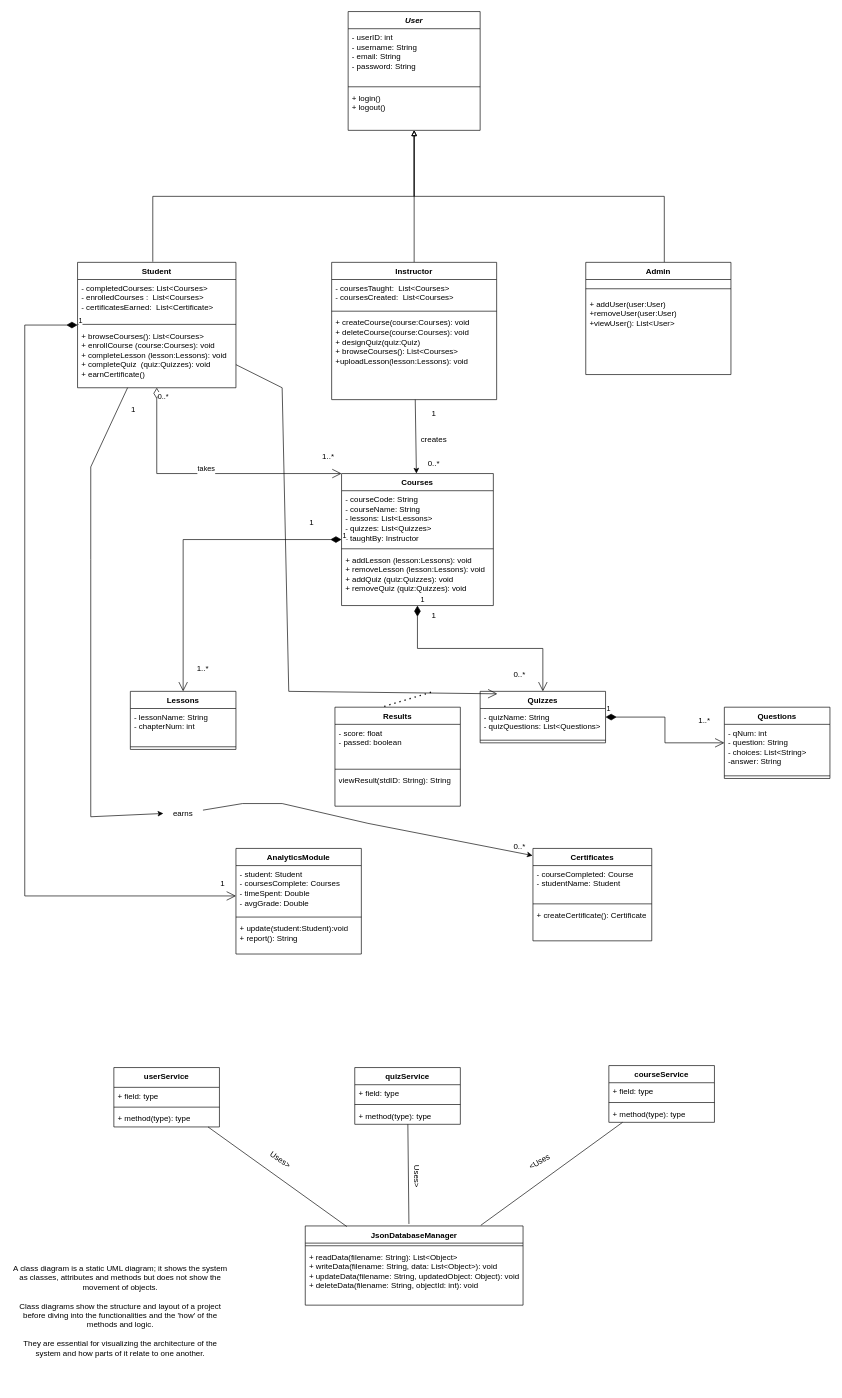
The draw.io diagram Class_Diagram/Untitled Diagram.drawio in 23010477/Lab6_SkillForge, before the edit. Source tidied: cells renumbered, new cells numbered last; positions are measured from the earlier drawing's top-left corner, leaving out a move shared by most shapes. Both pictures are drawn from the tidied source at 66%, with x=0, y=0 at pixel (11, 11).
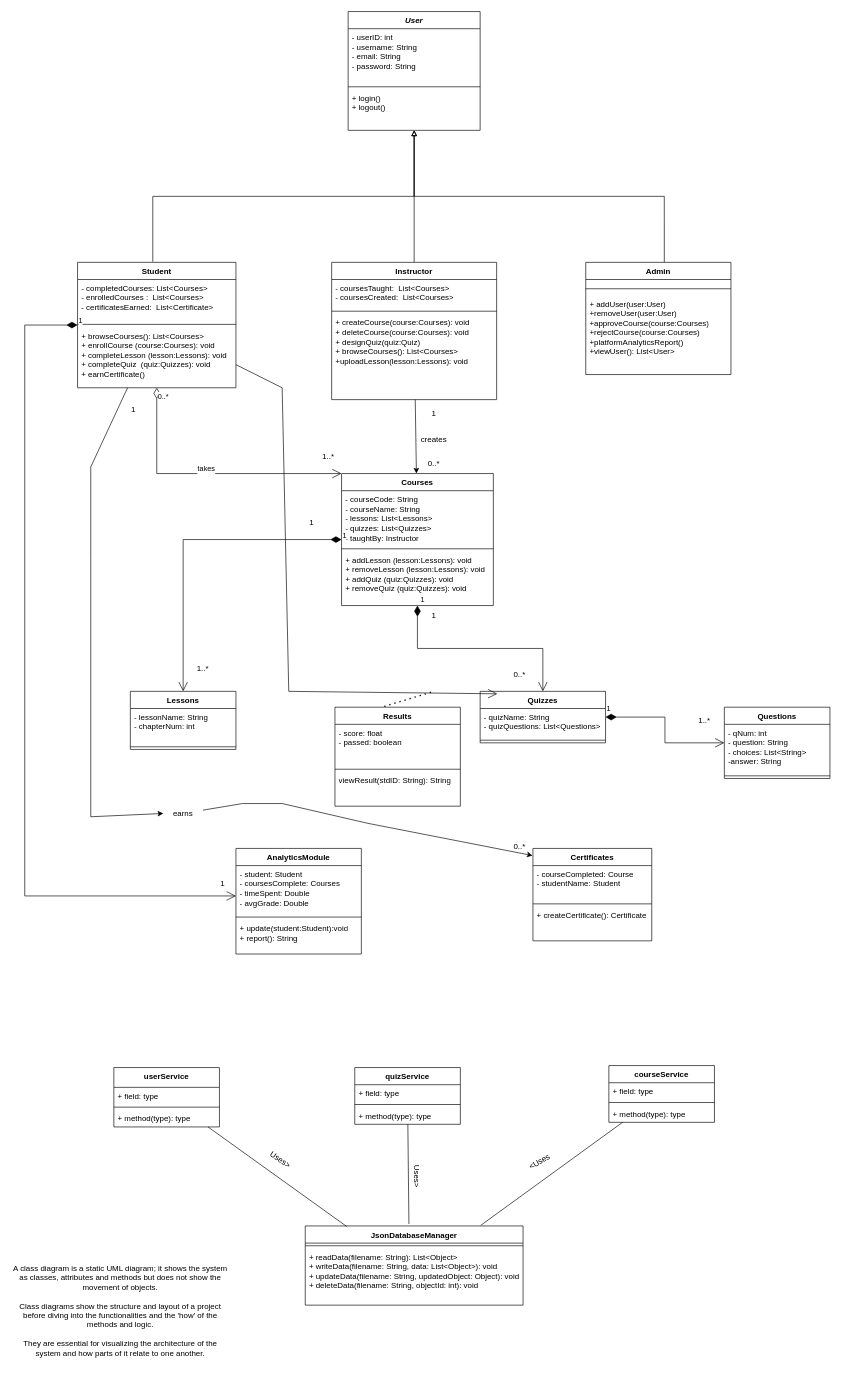
After the change.

Commit message:
added admin methods that were requested in lab

Unchanged cells that the change refers to:
```xml
<mxCell id="17" value="Admin" style="swimlane;fontStyle=1;align=center;verticalAlign=top;horizontal=1;startSize=26;whiteSpace=wrap;html=1;" parent="1" vertex="1">
  <mxGeometry x="870" y="380" width="220" height="170" as="geometry" />
</mxCell>
```

The edit, as a diff of the source:
```diff
@@
-    <mxCell id="20" value="&lt;div&gt;+ addUser(user:User)&lt;/div&gt;&lt;div&gt;+removeUser(user:User)&lt;/div&gt;&lt;div&gt;+viewUser(): List&amp;lt;User&amp;gt;&lt;/div&gt;" style="text;strokeColor=none;fillColor=none;align=left;verticalAlign=top;spacingLeft=4;spacingRight=4;overflow=hidden;whiteSpace=wrap;html=1;" parent="17" vertex="1">
+    <mxCell id="20" value="&lt;div&gt;+ addUser(user:User)&lt;/div&gt;&lt;div&gt;+removeUser(user:User)&lt;br&gt;+approveCourse(course:Courses)&lt;br&gt;+rejectCourse(course:Courses)&lt;br&gt;+platformAnalyticsReport()&lt;/div&gt;&lt;div&gt;+viewUser(): List&amp;lt;User&amp;gt;&lt;/div&gt;" style="text;strokeColor=none;fillColor=none;align=left;verticalAlign=top;spacingLeft=4;spacingRight=4;overflow=hidden;whiteSpace=wrap;html=1;" parent="17" vertex="1">
       <mxGeometry y="50" width="220" height="120" as="geometry" />
     </mxCell>
```
